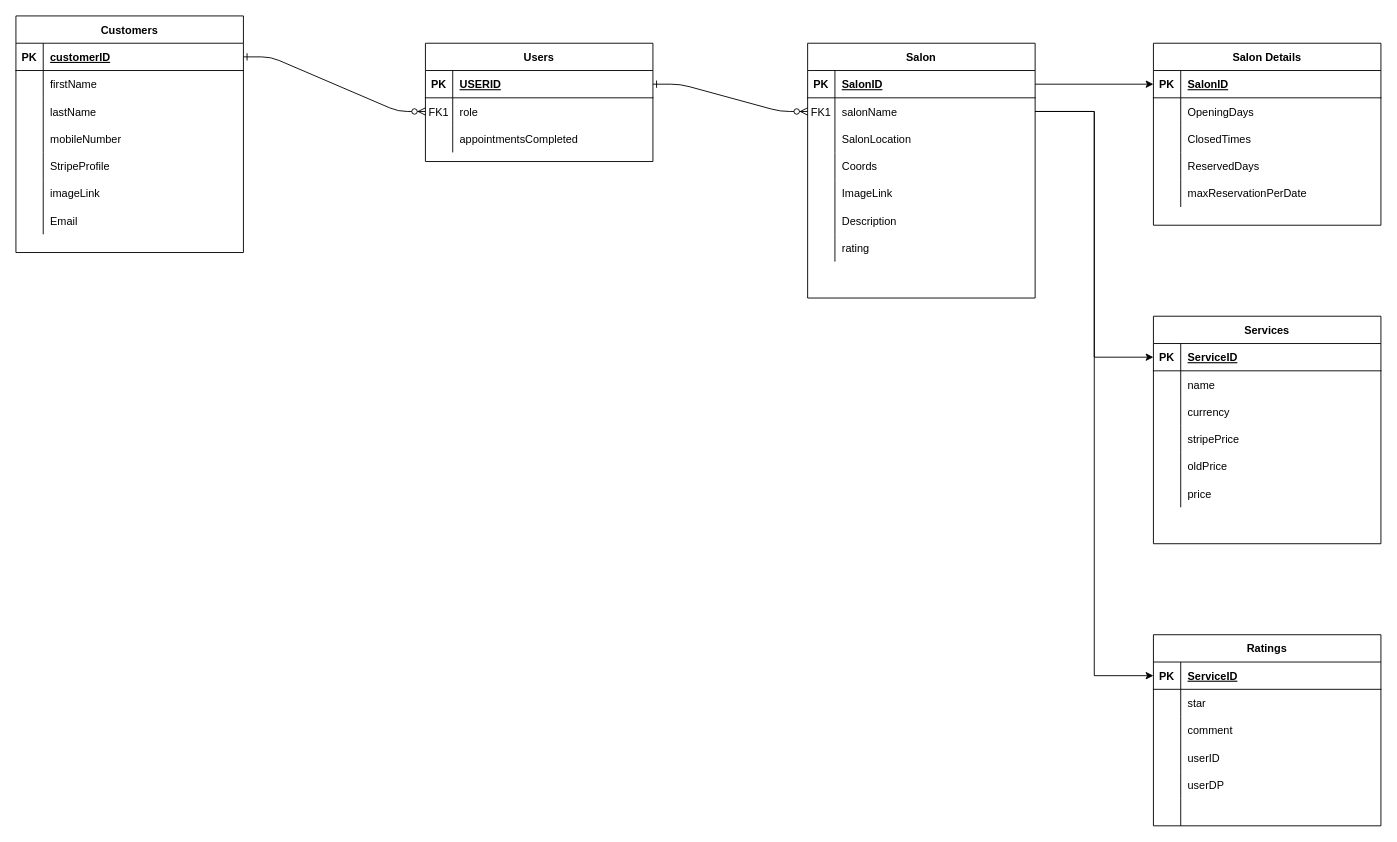
This is Untitled Diagram.drawio from jadove/temp, a draw.io file, before an edit. Source tidied: cells renumbered, new cells numbered last; positions are measured from the earlier drawing's top-left corner, leaving out a move shared by most shapes. Both pictures are drawn from the tidied source at 91%, with x=0, y=0 at pixel (15, 15).
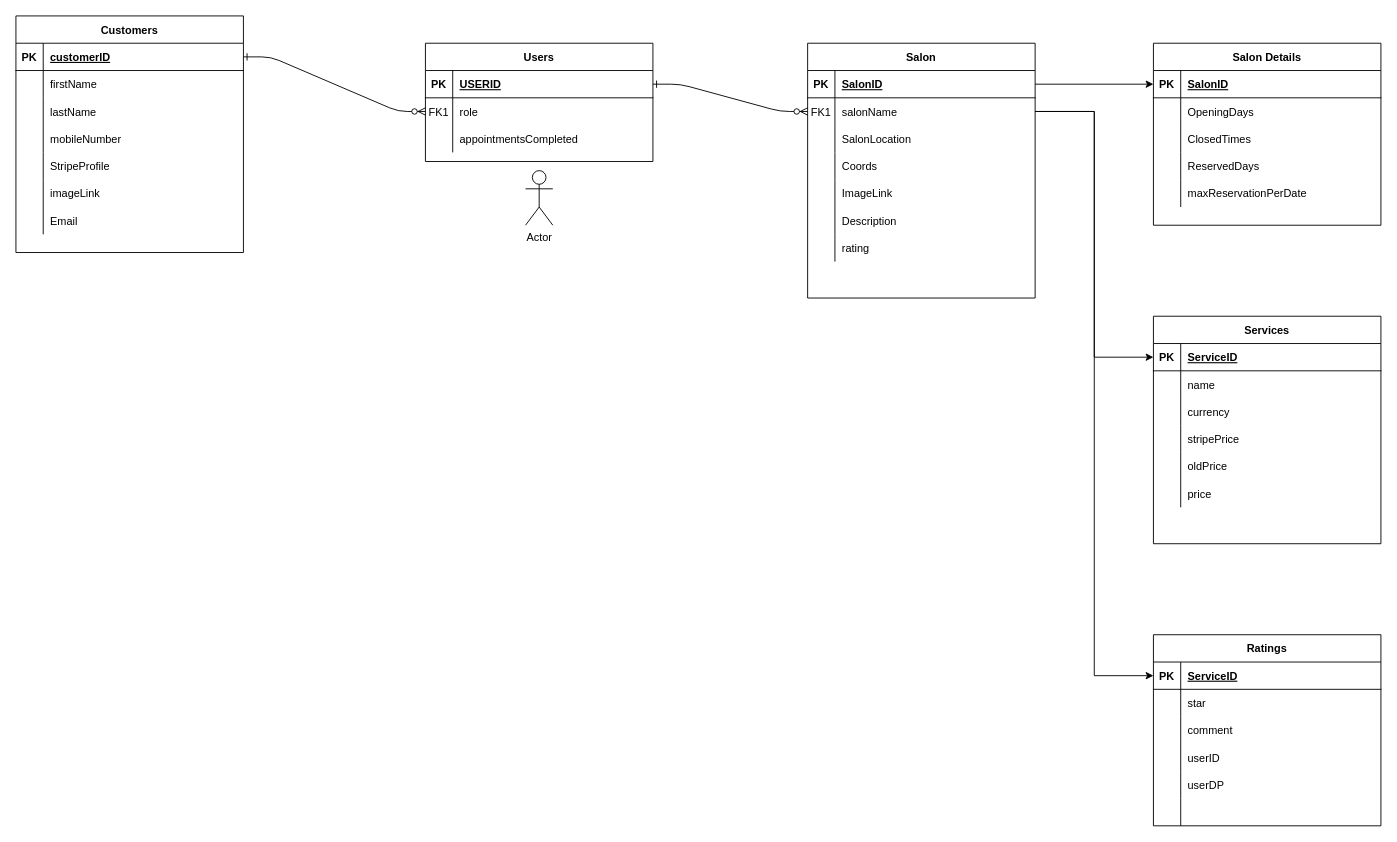
After the change.

Diff of the diagram source:
```diff
@@
+    <mxCell id="115" value="Actor" style="shape=umlActor;verticalLabelPosition=bottom;verticalAlign=top;html=1;" parent="1" vertex="1">
+      <mxGeometry x="560" y="170" width="30" height="60" as="geometry" />
+    </mxCell>
```
